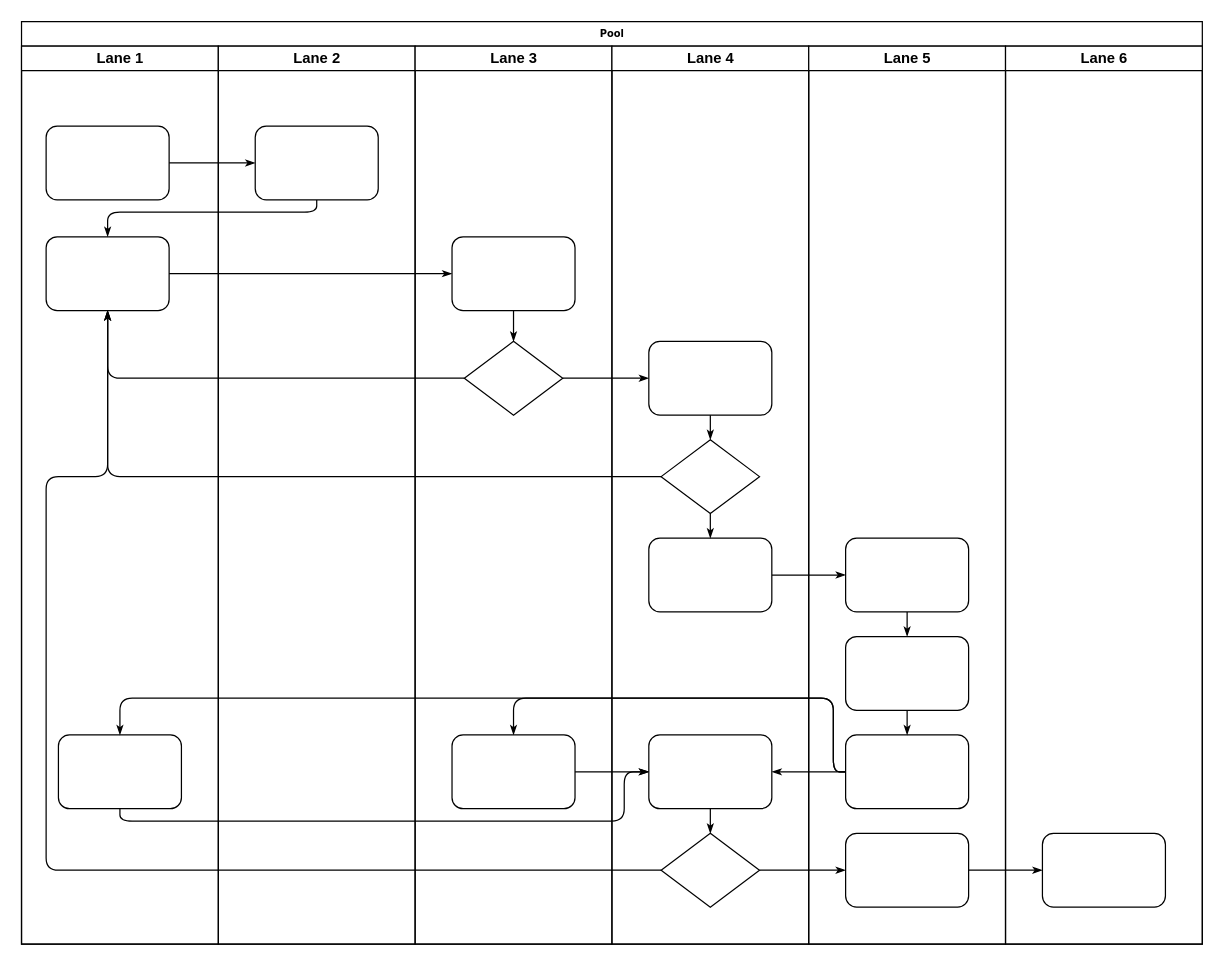
Before: Activity Diagram.drawio in andrewjtgh/Use-Case-Diagrams, a draw.io diagram. Source tidied: cells renumbered, new cells numbered last; positions are measured from the earlier drawing's top-left corner, leaving out a move shared by most shapes. Both pictures are drawn from the tidied source at 123%, with x=0, y=0 at pixel (21, 21).
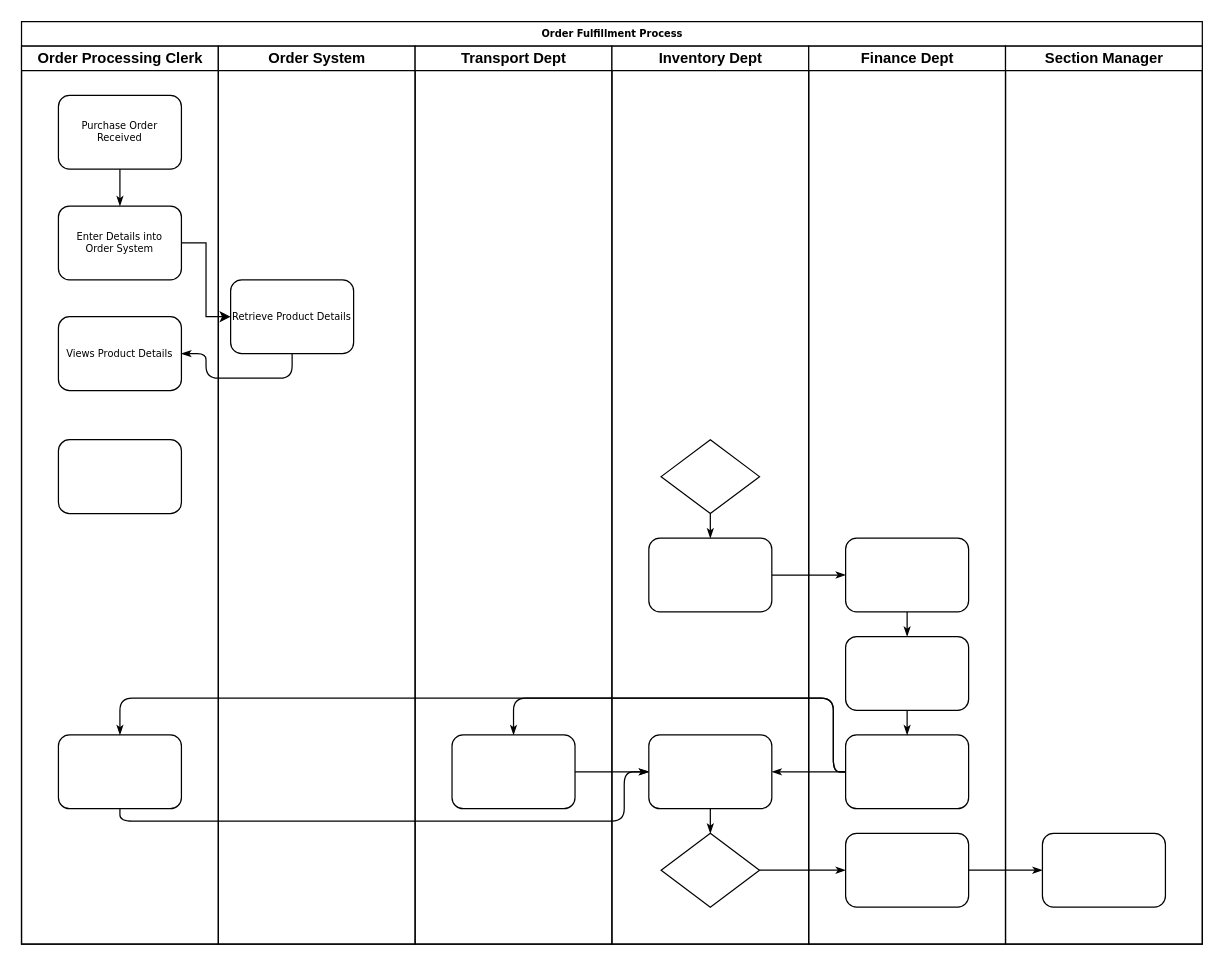
Above is the later version.

The change refers to these unchanged cells:
```xml
<mxCell id="31" style="rhombus;whiteSpace=wrap;html=1;rounded=0;shadow=0;labelBackgroundColor=none;strokeWidth=1;fontFamily=Verdana;fontSize=8;align=center;" parent="29" vertex="1">
  <mxGeometry x="40" y="320" width="80" height="60" as="geometry" />
</mxCell>
<mxCell id="34" style="rhombus;whiteSpace=wrap;html=1;rounded=0;shadow=0;labelBackgroundColor=none;strokeWidth=1;fontFamily=Verdana;fontSize=8;align=center;" parent="29" vertex="1">
  <mxGeometry x="40" y="640" width="80" height="60" as="geometry" />
</mxCell>
```

Diff of the diagram source:
```diff
@@
-    <mxCell id="2" value="Pool" style="swimlane;html=1;startSize=20;rounded=0;shadow=0;labelBackgroundColor=none;strokeWidth=1;fontFamily=Verdana;fontSize=8;align=center;" parent="1" vertex="1">
+    <mxCell id="2" value="Order Fulfillment Process" style="swimlane;html=1;startSize=20;rounded=0;shadow=0;labelBackgroundColor=none;strokeWidth=1;fontFamily=Verdana;fontSize=8;align=center;" parent="1" vertex="1">
       <mxGeometry width="960" height="750" as="geometry" />
     </mxCell>
-    <mxCell id="3" value="Lane 1" style="swimlane;html=1;startSize=20;" parent="2" vertex="1">
+    <mxCell id="3" value="Order Processing Clerk" style="swimlane;html=1;startSize=20;" parent="2" vertex="1">
       <mxGeometry y="20" width="160" height="730" as="geometry" />
     </mxCell>
-    <mxCell id="4" style="rounded=1;whiteSpace=wrap;html=1;shadow=0;labelBackgroundColor=none;strokeWidth=1;fontFamily=Verdana;fontSize=8;align=center;" parent="3" vertex="1">
-      <mxGeometry x="20" y="65" width="100" height="60" as="geometry" />
+    <mxCell id="4" value="Purchase Order Received" style="rounded=1;whiteSpace=wrap;html=1;shadow=0;labelBackgroundColor=none;strokeWidth=1;fontFamily=Verdana;fontSize=8;align=center;" parent="3" vertex="1">
+      <mxGeometry x="30" y="40" width="100" height="60" as="geometry" />
     </mxCell>
-    <mxCell id="5" style="rounded=1;whiteSpace=wrap;html=1;shadow=0;labelBackgroundColor=none;strokeWidth=1;fontFamily=Verdana;fontSize=8;align=center;" parent="3" vertex="1">
-      <mxGeometry x="20" y="155" width="100" height="60" as="geometry" />
+    <mxCell id="5" value="Views Product Details" style="rounded=1;whiteSpace=wrap;html=1;shadow=0;labelBackgroundColor=none;strokeWidth=1;fontFamily=Verdana;fontSize=8;align=center;" parent="3" vertex="1">
+      <mxGeometry x="30" y="220" width="100" height="60" as="geometry" />
     </mxCell>
@@
+    <mxCell id="23" value="Enter Details into &lt;br&gt;Order&amp;nbsp;System" style="rounded=1;whiteSpace=wrap;html=1;shadow=0;labelBackgroundColor=none;strokeWidth=1;fontFamily=Verdana;fontSize=8;align=center;" parent="3" vertex="1">
+      <mxGeometry x="30" y="130" width="100" height="60" as="geometry" />
+    </mxCell>
-    <mxCell id="7" style="edgeStyle=orthogonalEdgeStyle;rounded=1;html=1;labelBackgroundColor=none;startArrow=none;startFill=0;startSize=5;endArrow=classicThin;endFill=1;endSize=5;jettySize=auto;strokeWidth=1;fontFamily=Verdana;fontSize=8;" parent="2" edge="1" source="4" target="23">
+    <mxCell id="7" style="edgeStyle=orthogonalEdgeStyle;rounded=1;html=1;labelBackgroundColor=none;startArrow=none;startFill=0;startSize=5;endArrow=classicThin;endFill=1;endSize=5;jettySize=auto;strokeWidth=1;fontFamily=Verdana;fontSize=8;" parent="3" edge="1" source="4" target="23">
       <mxGeometry relative="1" as="geometry" />
     </mxCell>
-    <mxCell id="8" style="edgeStyle=orthogonalEdgeStyle;rounded=1;html=1;labelBackgroundColor=none;startArrow=none;startFill=0;startSize=5;endArrow=classicThin;endFill=1;endSize=5;jettySize=auto;strokeWidth=1;fontFamily=Verdana;fontSize=8;" parent="2" edge="1" source="23" target="5">
-      <mxGeometry relative="1" as="geometry">
-        <Array as="points">
-          <mxPoint x="240" y="155" />
-          <mxPoint x="70" y="155" />
-        </Array>
-      </mxGeometry>
-    </mxCell>
-    <mxCell id="9" style="edgeStyle=orthogonalEdgeStyle;rounded=1;html=1;labelBackgroundColor=none;startArrow=none;startFill=0;startSize=5;endArrow=classicThin;endFill=1;endSize=5;jettySize=auto;strokeWidth=1;fontFamily=Verdana;fontSize=8;" parent="2" edge="1" source="5" target="25">
-      <mxGeometry relative="1" as="geometry" />
-    </mxCell>
-    <mxCell id="10" style="edgeStyle=orthogonalEdgeStyle;rounded=1;html=1;labelBackgroundColor=none;startArrow=none;startFill=0;startSize=5;endArrow=classicThin;endFill=1;endSize=5;jettySize=auto;strokeWidth=1;fontFamily=Verdana;fontSize=8;" parent="2" edge="1" source="26" target="5">
-      <mxGeometry relative="1" as="geometry" />
-    </mxCell>
-    <mxCell id="11" style="edgeStyle=orthogonalEdgeStyle;rounded=1;html=1;labelBackgroundColor=none;startArrow=none;startFill=0;startSize=5;endArrow=classicThin;endFill=1;endSize=5;jettySize=auto;strokeWidth=1;fontFamily=Verdana;fontSize=8;" parent="2" edge="1" source="31" target="5">
-      <mxGeometry relative="1" as="geometry" />
-    </mxCell>
-    <mxCell id="12" style="edgeStyle=orthogonalEdgeStyle;rounded=1;html=1;labelBackgroundColor=none;startArrow=none;startFill=0;startSize=5;endArrow=classicThin;endFill=1;endSize=5;jettySize=auto;strokeWidth=1;fontFamily=Verdana;fontSize=8;" parent="2" edge="1" source="34" target="5">
-      <mxGeometry relative="1" as="geometry">
-        <Array as="points">
-          <mxPoint x="20" y="690" />
-          <mxPoint x="20" y="370" />
-          <mxPoint x="70" y="370" />
-        </Array>
-      </mxGeometry>
-    </mxCell>
-    <mxCell id="13" style="edgeStyle=orthogonalEdgeStyle;rounded=1;html=1;labelBackgroundColor=none;startArrow=none;startFill=0;startSize=5;endArrow=classicThin;endFill=1;endSize=5;jettySize=auto;strokeWidth=1;fontFamily=Verdana;fontSize=8;" parent="2" edge="1" source="26" target="30">
-      <mxGeometry relative="1" as="geometry" />
-    </mxCell>
+    <mxCell id="30" style="rounded=1;whiteSpace=wrap;html=1;shadow=0;labelBackgroundColor=none;strokeWidth=1;fontFamily=Verdana;fontSize=8;align=center;" parent="3" vertex="1">
+      <mxGeometry x="30" y="320" width="100" height="60" as="geometry" />
+    </mxCell>
@@
-    <mxCell id="22" value="Lane 2" style="swimlane;html=1;startSize=20;" parent="2" vertex="1">
+    <mxCell id="22" value="Order System" style="swimlane;html=1;startSize=20;" parent="2" vertex="1">
       <mxGeometry x="160" y="20" width="160" height="730" as="geometry" />
     </mxCell>
-    <mxCell id="23" style="rounded=1;whiteSpace=wrap;html=1;shadow=0;labelBackgroundColor=none;strokeWidth=1;fontFamily=Verdana;fontSize=8;align=center;" parent="22" vertex="1">
-      <mxGeometry x="30" y="65" width="100" height="60" as="geometry" />
-    </mxCell>
+    <mxCell id="25" value="Retrieve Product Details" style="rounded=1;whiteSpace=wrap;html=1;shadow=0;labelBackgroundColor=none;strokeWidth=1;fontFamily=Verdana;fontSize=8;align=center;" parent="22" vertex="1">
+      <mxGeometry x="10" y="190" width="100" height="60" as="geometry" />
+    </mxCell>
-    <mxCell id="24" value="Lane 3" style="swimlane;html=1;startSize=20;" parent="2" vertex="1">
+    <mxCell id="24" value="Transport Dept" style="swimlane;html=1;startSize=20;" parent="2" vertex="1">
       <mxGeometry x="320" y="20" width="160" height="730" as="geometry" />
     </mxCell>
-    <mxCell id="25" style="rounded=1;whiteSpace=wrap;html=1;shadow=0;labelBackgroundColor=none;strokeWidth=1;fontFamily=Verdana;fontSize=8;align=center;" parent="24" vertex="1">
-      <mxGeometry x="30" y="155" width="100" height="60" as="geometry" />
-    </mxCell>
-    <mxCell id="26" style="rhombus;whiteSpace=wrap;html=1;rounded=0;shadow=0;labelBackgroundColor=none;strokeWidth=1;fontFamily=Verdana;fontSize=8;align=center;" parent="24" vertex="1">
-      <mxGeometry x="40" y="240" width="80" height="60" as="geometry" />
-    </mxCell>
@@
-    <mxCell id="28" style="edgeStyle=orthogonalEdgeStyle;rounded=1;html=1;labelBackgroundColor=none;startArrow=none;startFill=0;startSize=5;endArrow=classicThin;endFill=1;endSize=5;jettySize=auto;strokeWidth=1;fontFamily=Verdana;fontSize=8;" parent="24" edge="1" source="25" target="26">
-      <mxGeometry relative="1" as="geometry" />
-    </mxCell>
-    <mxCell id="29" value="Lane 4" style="swimlane;html=1;startSize=20;" parent="2" vertex="1">
+    <mxCell id="29" value="Inventory Dept" style="swimlane;html=1;startSize=20;" parent="2" vertex="1">
       <mxGeometry x="480" y="20" width="160" height="730" as="geometry" />
     </mxCell>
-    <mxCell id="30" style="rounded=1;whiteSpace=wrap;html=1;shadow=0;labelBackgroundColor=none;strokeWidth=1;fontFamily=Verdana;fontSize=8;align=center;" parent="29" vertex="1">
-      <mxGeometry x="30" y="240" width="100" height="60" as="geometry" />
-    </mxCell>
@@
-    <mxCell id="35" style="edgeStyle=orthogonalEdgeStyle;rounded=1;html=1;labelBackgroundColor=none;startArrow=none;startFill=0;startSize=5;endArrow=classicThin;endFill=1;endSize=5;jettySize=auto;strokeColor=#000000;strokeWidth=1;fontFamily=Verdana;fontSize=8;fontColor=#000000;" parent="29" edge="1" source="30" target="31">
-      <mxGeometry relative="1" as="geometry" />
-    </mxCell>
@@
-    <mxCell id="38" value="Lane 5" style="swimlane;html=1;startSize=20;" parent="2" vertex="1">
+    <mxCell id="38" value="Finance Dept" style="swimlane;html=1;startSize=20;" parent="2" vertex="1">
       <mxGeometry x="640" y="20" width="160" height="730" as="geometry" />
     </mxCell>
@@
-    <mxCell id="45" value="Lane 6" style="swimlane;html=1;startSize=20;" parent="2" vertex="1">
+    <mxCell id="45" value="Section Manager" style="swimlane;html=1;startSize=20;" parent="2" vertex="1">
       <mxGeometry x="800" y="20" width="160" height="730" as="geometry" />
     </mxCell>
@@
+    <mxCell id="28" style="edgeStyle=orthogonalEdgeStyle;rounded=1;html=1;labelBackgroundColor=none;startArrow=none;startFill=0;startSize=5;endArrow=classicThin;endFill=1;endSize=5;jettySize=auto;strokeWidth=1;fontFamily=Verdana;fontSize=8;entryX=1;entryY=0.5;entryDx=0;entryDy=0;exitX=0.5;exitY=1;exitDx=0;exitDy=0;" parent="2" edge="1" source="25" target="5">
+      <mxGeometry relative="1" as="geometry" />
+    </mxCell>
+    <mxCell id="47" style="edgeStyle=orthogonalEdgeStyle;rounded=0;jettySize=auto;html=1;" parent="2" edge="1" source="23" target="25">
+      <mxGeometry relative="1" as="geometry" />
+    </mxCell>
```
